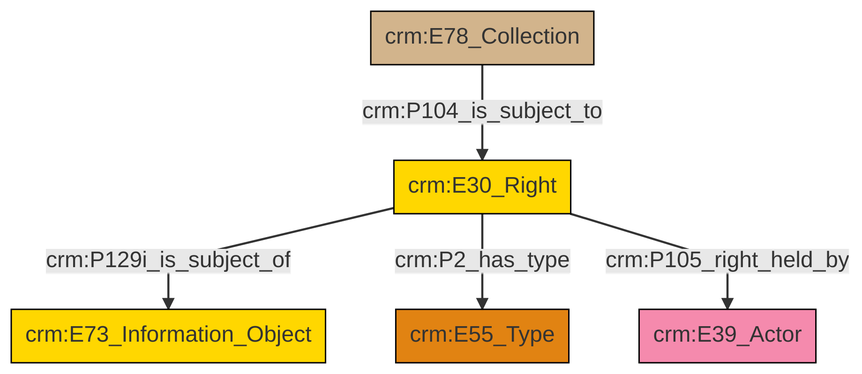
This is et/archivalCSV/ttl/mmd/png/archival_rights.png from swiss-art-research-net/docs.swissartresearch, a Mermaid export, as it was before one commit. Its source is kept beside it as et/archivalCSV/ttl/mmd/archival_rights.ttl.mmd.
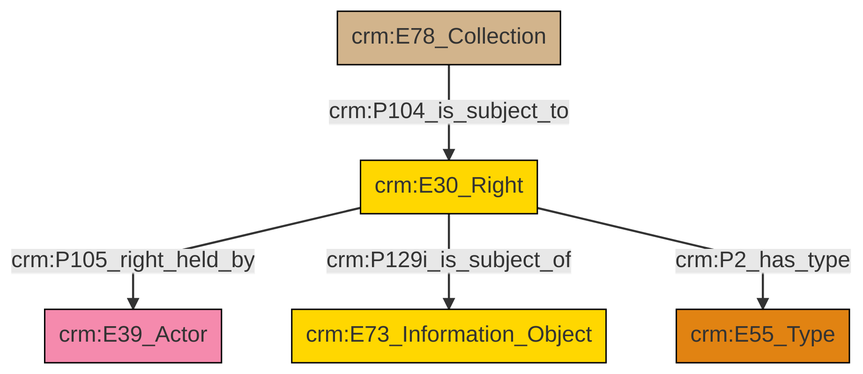
The same diagram one commit later.

Diff of the diagram source:
```diff
@@ -13,7 +13,7 @@
 classDef PC_Classes fill:#4ce600, stroke:#000000;
 classDef Multi fill:#cccccc,stroke:#000000;
 
-2["crm:E30_Right"]:::Conceptual_Object -->|crm:P129i_is_subject_of| 6["crm:E73_Information_Object"]:::Conceptual_Object
+2["crm:E30_Right"]:::Conceptual_Object -->|crm:P105_right_held_by| 3["crm:E39_Actor"]:::Actor
+8["crm:E78_Collection"]:::Physical_Thing -->|crm:P104_is_subject_to| 2["crm:E30_Right"]:::Conceptual_Object
+2["crm:E30_Right"]:::Conceptual_Object -->|crm:P129i_is_subject_of| 0["crm:E73_Information_Object"]:::Conceptual_Object
 2["crm:E30_Right"]:::Conceptual_Object -->|crm:P2_has_type| 4["crm:E55_Type"]:::Type
-2["crm:E30_Right"]:::Conceptual_Object -->|crm:P105_right_held_by| 0["crm:E39_Actor"]:::Actor
-8["crm:E78_Collection"]:::Physical_Thing -->|crm:P104_is_subject_to| 2["crm:E30_Right"]:::Conceptual_Object
```
